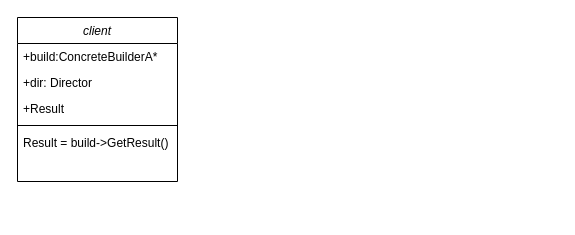
Above: Untitled Diagram.drawio in shidlingayya/DesignPatterns (draw.io), before the change. Source tidied: cells renumbered, new cells numbered last; positions are measured from the earlier drawing's top-left corner, leaving out a move shared by most shapes. Both pictures are drawn from the tidied source at 100%, with x=0, y=0 at pixel (17, 17).
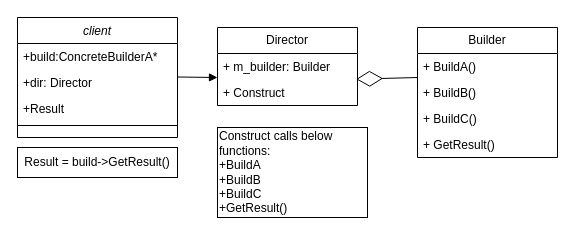
The same page after the edit.

Change to the diagram source:
```diff
@@
     <mxCell id="2" value="client" style="swimlane;fontStyle=2;align=center;verticalAlign=top;horizontal=1;startSize=26;rounded=0;shadow=0;strokeWidth=1;" parent="1" vertex="1">
-      <mxGeometry width="160" height="164" as="geometry" />
+      <mxGeometry width="160" height="120" as="geometry" />
     </mxCell>
@@
+    <mxCell id="8" value="Director" style="swimlane;fontStyle=0;horizontal=1;startSize=26;fillColor=none;whiteSpace=wrap;html=1;" parent="1" vertex="1">
+      <mxGeometry x="200" y="10" width="140" height="78" as="geometry" />
+    </mxCell>
+    <mxCell id="9" value="+ m_builder: Builder&lt;br&gt;" style="text;strokeColor=none;fillColor=none;align=left;verticalAlign=top;spacingLeft=4;spacingRight=4;overflow=hidden;whiteSpace=wrap;html=1;" parent="8" vertex="1">
+      <mxGeometry y="26" width="140" height="26" as="geometry" />
+    </mxCell>
+    <mxCell id="10" value="+ Construct" style="text;strokeColor=none;fillColor=none;align=left;verticalAlign=top;spacingLeft=4;spacingRight=4;overflow=hidden;points=[[0,0.5],[1,0.5]];portConstraint=eastwest;whiteSpace=wrap;html=1;" parent="8" vertex="1">
+      <mxGeometry y="52" width="140" height="26" as="geometry" />
+    </mxCell>
-    <mxCell id="7" value="Result = build-&gt;GetResult()" style="text;align=left;verticalAlign=top;spacingLeft=4;spacingRight=4;overflow=hidden;" parent="2" vertex="1">
-      <mxGeometry y="112" width="160" height="26" as="geometry" />
+    <mxCell id="7" value="Result = build-&amp;gt;GetResult()" style="html=1;whiteSpace=wrap;" parent="1" vertex="1">
+      <mxGeometry y="130" width="160" height="30" as="geometry" />
     </mxCell>
+    <mxCell id="11" style="html=1;verticalAlign=bottom;endArrow=block;curved=0;rounded=0;" parent="1" edge="1">
+      <mxGeometry relative="1" as="geometry">
+        <mxPoint x="160" y="59.5" as="sourcePoint" />
+        <mxPoint x="200" y="60" as="targetPoint" />
+      </mxGeometry>
+    </mxCell>
+    <mxCell id="12" value="Builder" style="swimlane;fontStyle=0;horizontal=1;startSize=26;fillColor=none;whiteSpace=wrap;html=1;" parent="1" vertex="1">
+      <mxGeometry x="400" y="10" width="140" height="130" as="geometry" />
+    </mxCell>
+    <mxCell id="13" value="+ BuildA()" style="text;strokeColor=none;fillColor=none;align=left;verticalAlign=top;spacingLeft=4;spacingRight=4;overflow=hidden;whiteSpace=wrap;html=1;" parent="12" vertex="1">
+      <mxGeometry y="26" width="140" height="26" as="geometry" />
+    </mxCell>
+    <mxCell id="14" style="endArrow=diamondThin;endFill=0;endSize=24;html=1;rounded=0;entryX=0.99;entryY=-0.013;entryDx=0;entryDy=0;entryPerimeter=0;" parent="12" edge="1" target="10">
+      <mxGeometry relative="1" as="geometry">
+        <mxPoint y="50" as="sourcePoint" />
+      </mxGeometry>
+    </mxCell>
+    <mxCell id="15" value="+ BuildB()" style="text;strokeColor=none;fillColor=none;align=left;verticalAlign=top;spacingLeft=4;spacingRight=4;overflow=hidden;whiteSpace=wrap;html=1;" parent="12" vertex="1">
+      <mxGeometry y="52" width="140" height="26" as="geometry" />
+    </mxCell>
+    <mxCell id="16" value="+ BuildC()" style="text;strokeColor=none;fillColor=none;align=left;verticalAlign=top;spacingLeft=4;spacingRight=4;overflow=hidden;whiteSpace=wrap;html=1;" parent="12" vertex="1">
+      <mxGeometry y="78" width="140" height="26" as="geometry" />
+    </mxCell>
+    <mxCell id="17" value="+ GetResult()" style="text;strokeColor=none;fillColor=none;align=left;verticalAlign=top;spacingLeft=4;spacingRight=4;overflow=hidden;whiteSpace=wrap;html=1;" parent="12" vertex="1">
+      <mxGeometry y="104" width="140" height="26" as="geometry" />
+    </mxCell>
+    <mxCell id="18" value="Construct calls below functions:&lt;br&gt;+BuildA&lt;br&gt;+BuildB&lt;br&gt;+BuildC&lt;br&gt;+GetResult()" style="html=1;whiteSpace=wrap;align=left;" parent="1" vertex="1">
+      <mxGeometry x="200" y="110" width="150" height="90" as="geometry" />
+    </mxCell>
```
